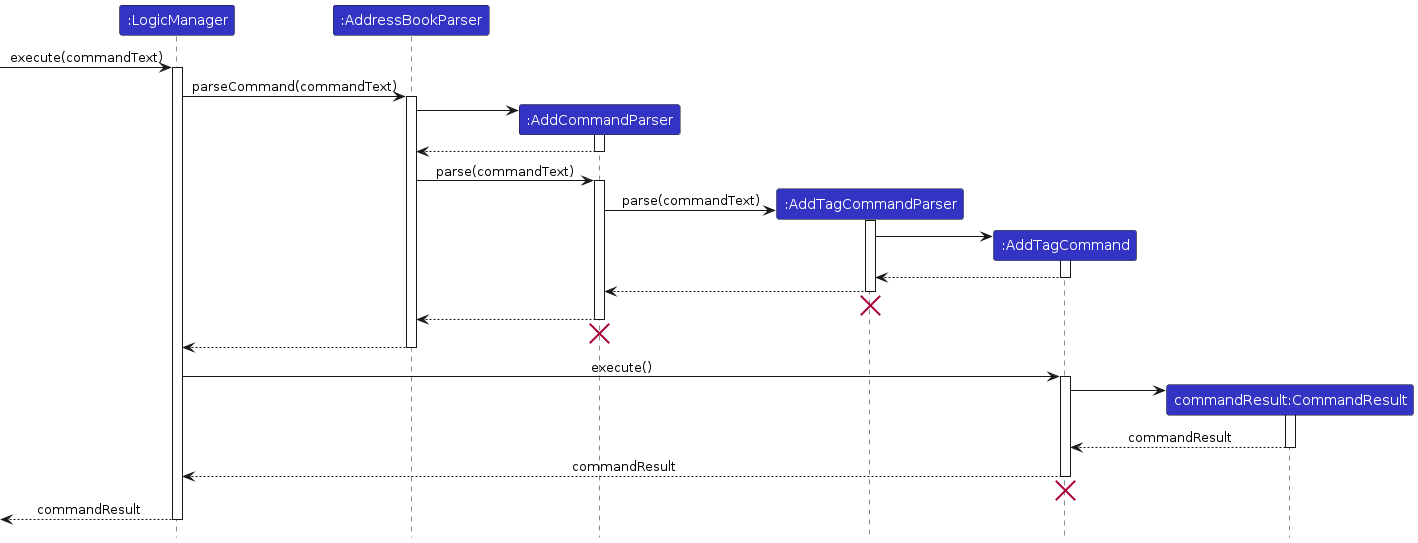
Above: diagrams/tag/TagSequenceDiagram.png in AY2324S1-CS2103T-W16-1/tp (PlantUML), before the change. Its source is kept beside it as diagrams/tag/TagSequenceDiagram.puml.
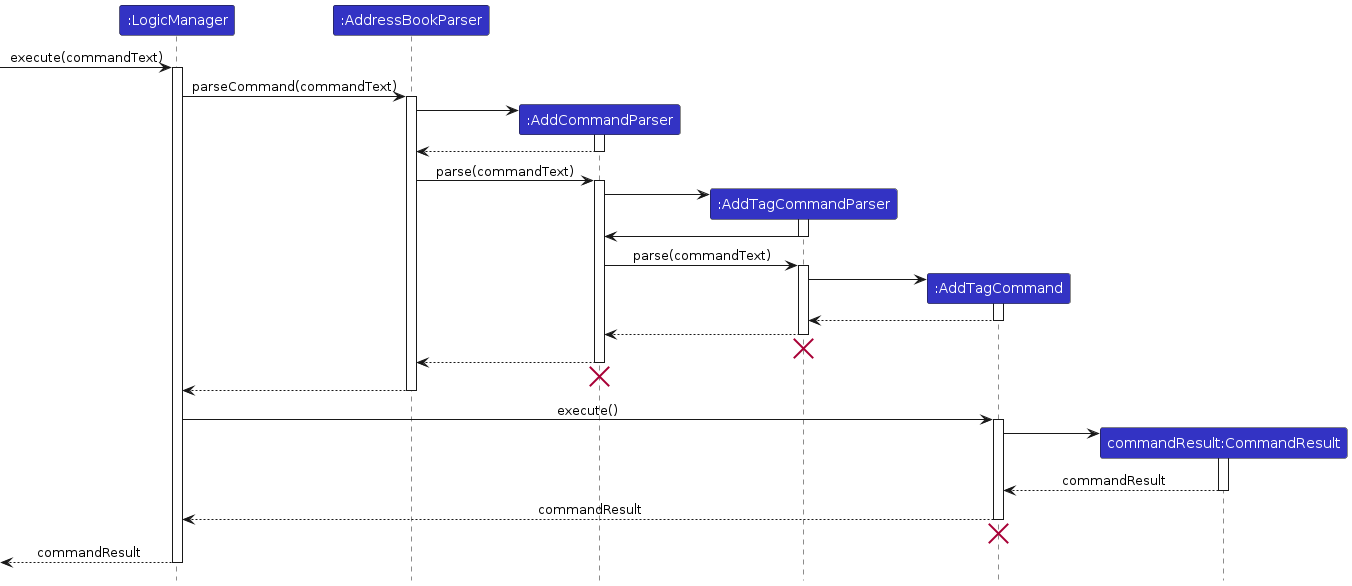
After the change.

Change to the diagram source:
```diff
@@ -26,6 +26,12 @@
 activate AddCommandParser
 
 create AddTagCommandParser
+AddCommandParser -> AddTagCommandParser
+activate AddTagCommandParser
+
+AddTagCommandParser -> AddCommandParser
+deactivate AddTagCommandParser
+
 AddCommandParser -> AddTagCommandParser : parse(commandText)
 activate AddTagCommandParser
 
```
